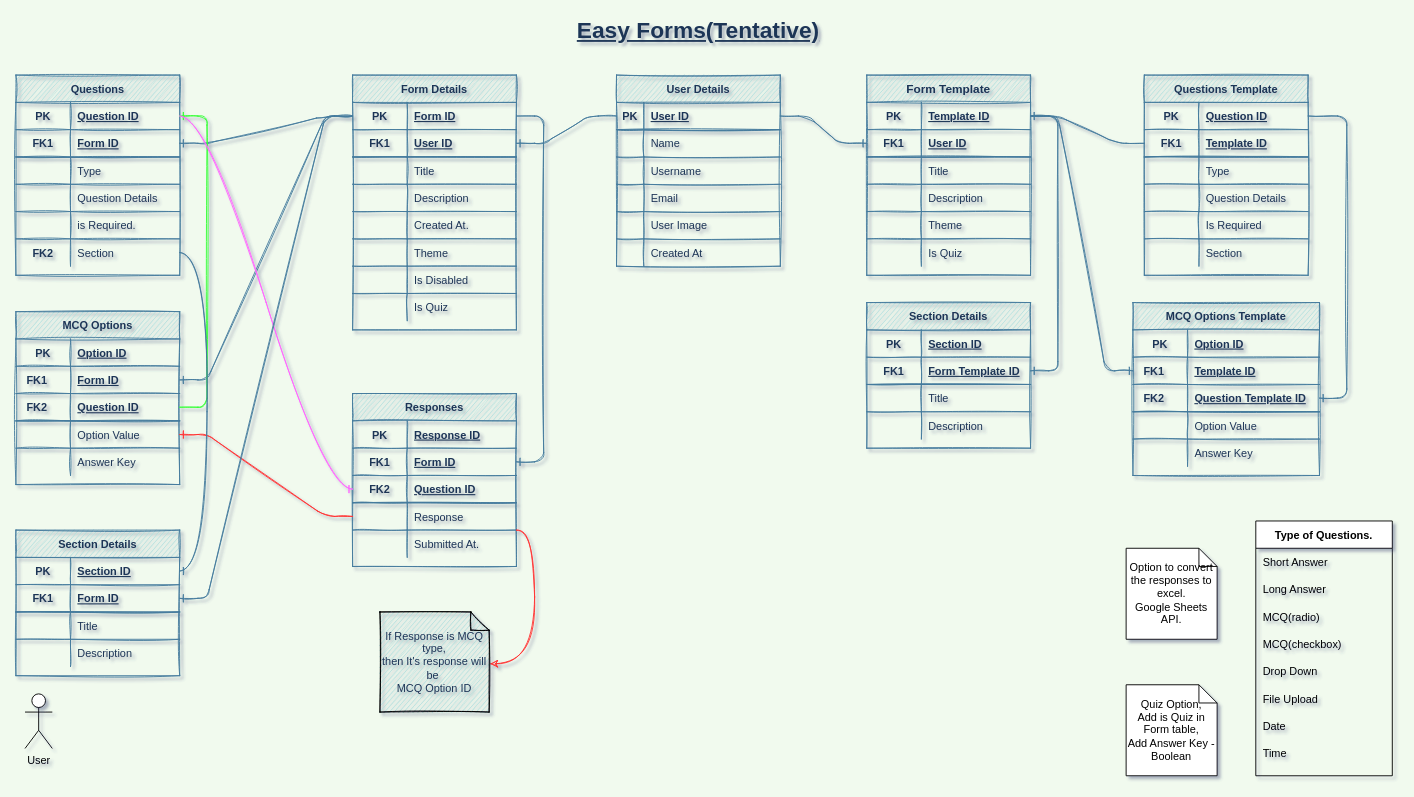
This is Reference/DB Schema - Easy Forms.drawio from kunalkeshan/easy-forms, a draw.io file, before an edit. Source tidied: cells renumbered, new cells numbered last; positions are measured from the earlier drawing's top-left corner, leaving out a move shared by most shapes. Both pictures are drawn from the tidied source at 91%, with x=0, y=0 at pixel (15, 20).
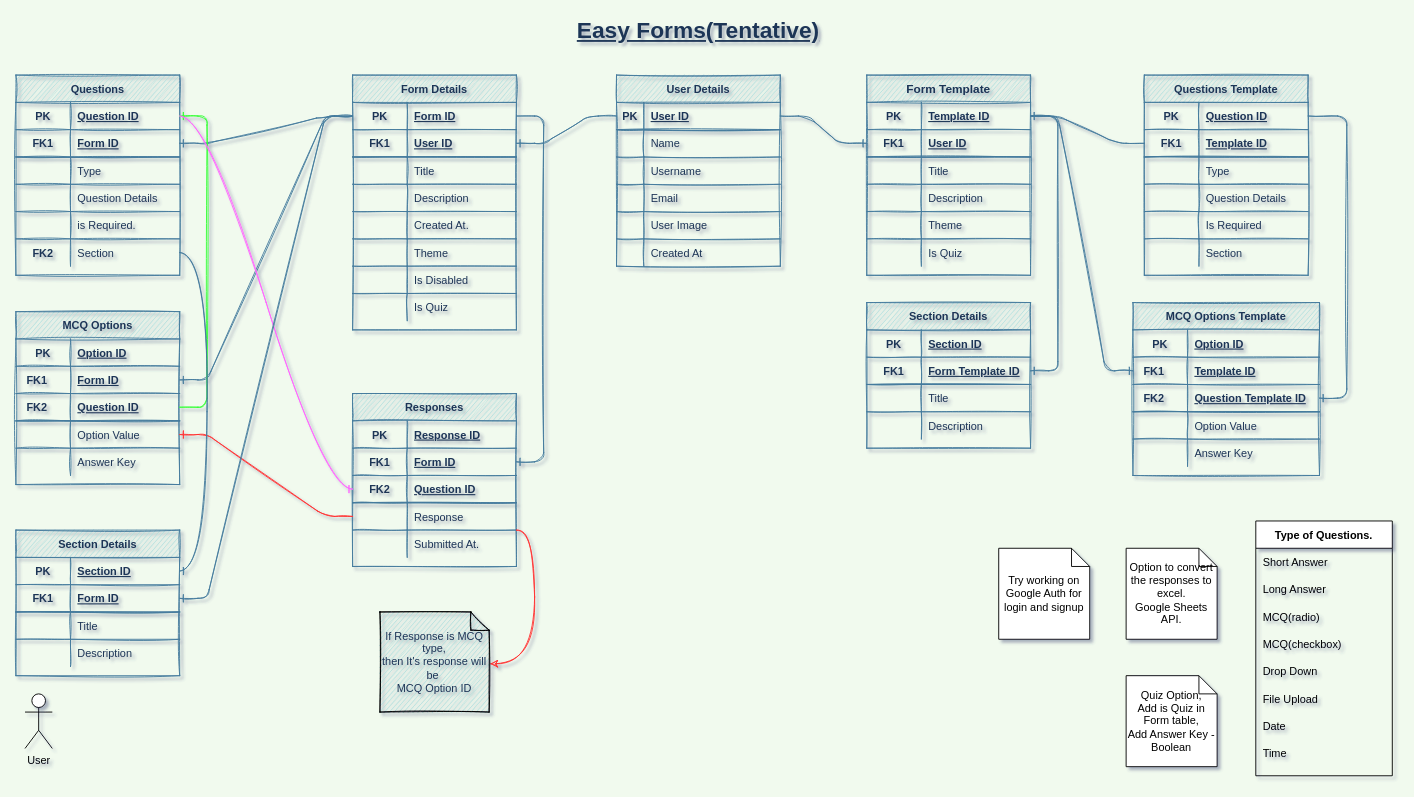
The same page after the edit.

The edit, as a diff of the source:
```diff
@@
     <mxCell id="182" value="Quiz Option,&lt;br&gt;Add is Quiz in Form table,&lt;br&gt;Add Answer Key - Boolean" style="shape=note;size=20;whiteSpace=wrap;html=1;" parent="1" vertex="1">
-      <mxGeometry x="1220" y="730" width="100" height="100" as="geometry" />
+      <mxGeometry x="1220" y="720" width="100" height="100" as="geometry" />
     </mxCell>
@@
+    <mxCell id="214" value="Try working on Google Auth for login and signup" style="shape=note;size=20;whiteSpace=wrap;html=1;" parent="1" vertex="1">
+      <mxGeometry x="1080" y="580" width="100" height="100" as="geometry" />
+    </mxCell>
```
